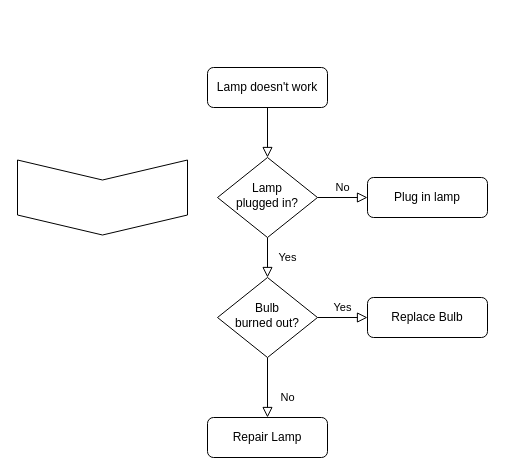
Above: Untitled Diagram.drawio in ilmi24/tugas_MR20 (draw.io), before the change. Source tidied: cells renumbered, new cells numbered last; positions are measured from the earlier drawing's top-left corner, leaving out a move shared by most shapes. Both pictures are drawn from the tidied source at 100%, with x=0, y=0 at pixel (65, 67).
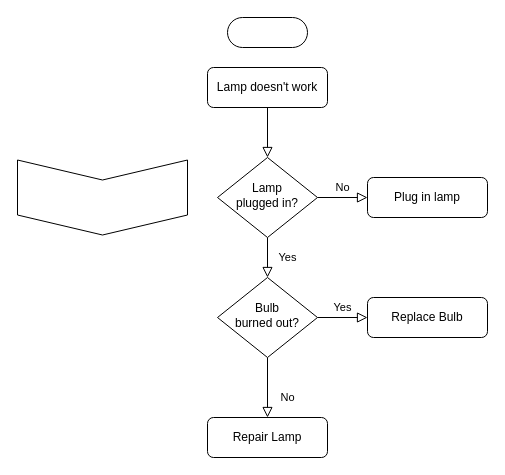
The same diagram, later.

Diff of the diagram source:
```diff
@@
 <mxGraphModel>
   <root>
     <mxCell id="0" />
     <mxCell id="1" parent="0" />
     <mxCell id="2" style="rounded=0;html=1;jettySize=auto;fontSize=11;endArrow=block;endFill=0;endSize=8;strokeWidth=1;shadow=0;labelBackgroundColor=none;edgeStyle=orthogonalEdgeStyle;" parent="1" edge="1" source="3" target="6">
       <mxGeometry relative="1" as="geometry" />
     </mxCell>
     <mxCell id="3" value="Lamp doesn't work" style="rounded=1;whiteSpace=wrap;html=1;fontSize=12;glass=0;strokeWidth=1;shadow=0;" parent="1" vertex="1">
       <mxGeometry x="142" width="120" height="40" as="geometry" />
     </mxCell>
     <mxCell id="4" value="Yes" style="rounded=0;html=1;jettySize=auto;fontSize=11;endArrow=block;endFill=0;endSize=8;strokeWidth=1;shadow=0;labelBackgroundColor=none;edgeStyle=orthogonalEdgeStyle;" parent="1" edge="1" source="6" target="10">
       <mxGeometry y="20" relative="1" as="geometry" />
     </mxCell>
     <mxCell id="5" value="No" style="edgeStyle=orthogonalEdgeStyle;rounded=0;html=1;jettySize=auto;fontSize=11;endArrow=block;endFill=0;endSize=8;strokeWidth=1;shadow=0;labelBackgroundColor=none;" parent="1" edge="1" source="6" target="7">
       <mxGeometry y="10" relative="1" as="geometry" />
     </mxCell>
     <mxCell id="6" value="Lamp&lt;br&gt;plugged in?" style="rhombus;whiteSpace=wrap;html=1;shadow=0;fontFamily=Helvetica;fontSize=12;align=center;strokeWidth=1;spacing=6;spacingTop=-4;" parent="1" vertex="1">
       <mxGeometry x="152" y="90" width="100" height="80" as="geometry" />
     </mxCell>
     <mxCell id="7" value="Plug in lamp" style="rounded=1;whiteSpace=wrap;html=1;fontSize=12;glass=0;strokeWidth=1;shadow=0;" parent="1" vertex="1">
       <mxGeometry x="302" y="110" width="120" height="40" as="geometry" />
     </mxCell>
     <mxCell id="8" value="No" style="rounded=0;html=1;jettySize=auto;fontSize=11;endArrow=block;endFill=0;endSize=8;strokeWidth=1;shadow=0;labelBackgroundColor=none;edgeStyle=orthogonalEdgeStyle;" parent="1" edge="1" source="10" target="11">
       <mxGeometry x="0.33" y="20" relative="1" as="geometry" />
     </mxCell>
     <mxCell id="9" value="Yes" style="edgeStyle=orthogonalEdgeStyle;rounded=0;html=1;jettySize=auto;fontSize=11;endArrow=block;endFill=0;endSize=8;strokeWidth=1;shadow=0;labelBackgroundColor=none;" parent="1" edge="1" source="10" target="12">
       <mxGeometry y="10" relative="1" as="geometry" />
     </mxCell>
     <mxCell id="10" value="Bulb&lt;br&gt;burned out?" style="rhombus;whiteSpace=wrap;html=1;shadow=0;fontFamily=Helvetica;fontSize=12;align=center;strokeWidth=1;spacing=6;spacingTop=-4;" parent="1" vertex="1">
       <mxGeometry x="152" y="210" width="100" height="80" as="geometry" />
     </mxCell>
     <mxCell id="11" value="Repair Lamp" style="rounded=1;whiteSpace=wrap;html=1;fontSize=12;glass=0;strokeWidth=1;shadow=0;" parent="1" vertex="1">
       <mxGeometry x="142" y="350" width="120" height="40" as="geometry" />
     </mxCell>
     <mxCell id="12" value="Replace Bulb" style="rounded=1;whiteSpace=wrap;html=1;fontSize=12;glass=0;strokeWidth=1;shadow=0;" parent="1" vertex="1">
       <mxGeometry x="302" y="230" width="120" height="40" as="geometry" />
     </mxCell>
     <mxCell id="13" style="shape=step;perimeter=stepPerimeter;whiteSpace=wrap;html=1;fixedSize=1;rotation=90;" parent="1" vertex="1">
       <mxGeometry x="-0.5" y="45" width="75" height="170" as="geometry" />
     </mxCell>
+    <mxCell id="14" style="html=1;dashed=0;whitespace=wrap;shape=mxgraph.dfd.start;" parent="1" vertex="1">
+      <mxGeometry x="162" y="-50" width="80" height="30" as="geometry" />
+    </mxCell>
   </root>
 </mxGraphModel>
```
